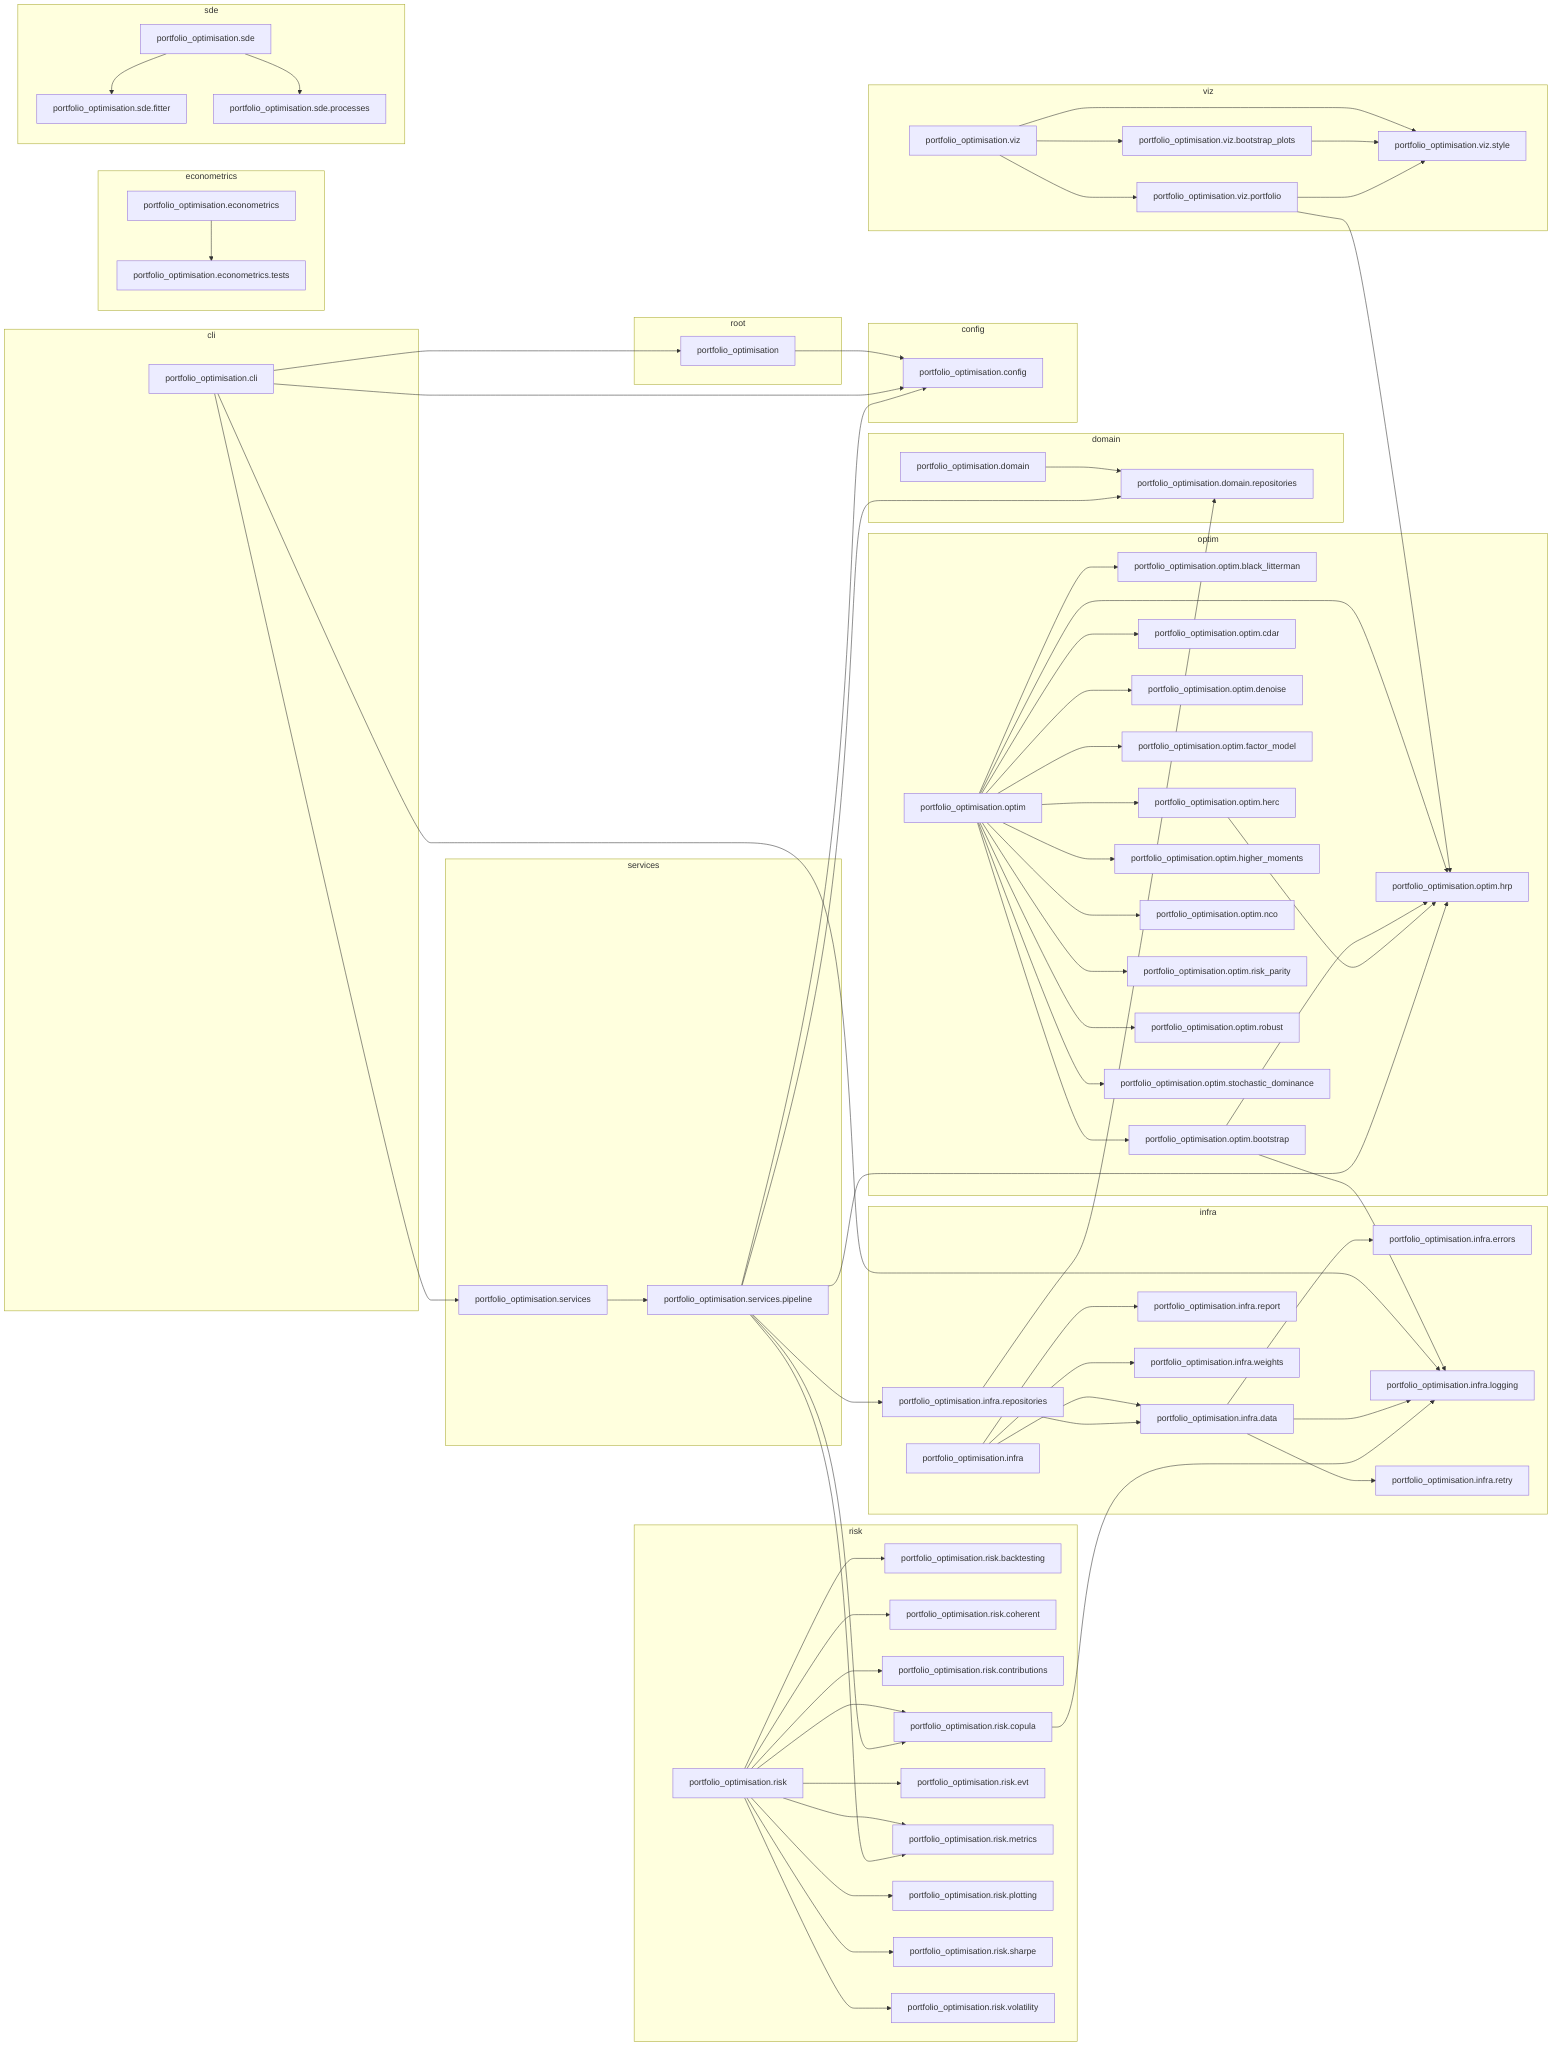
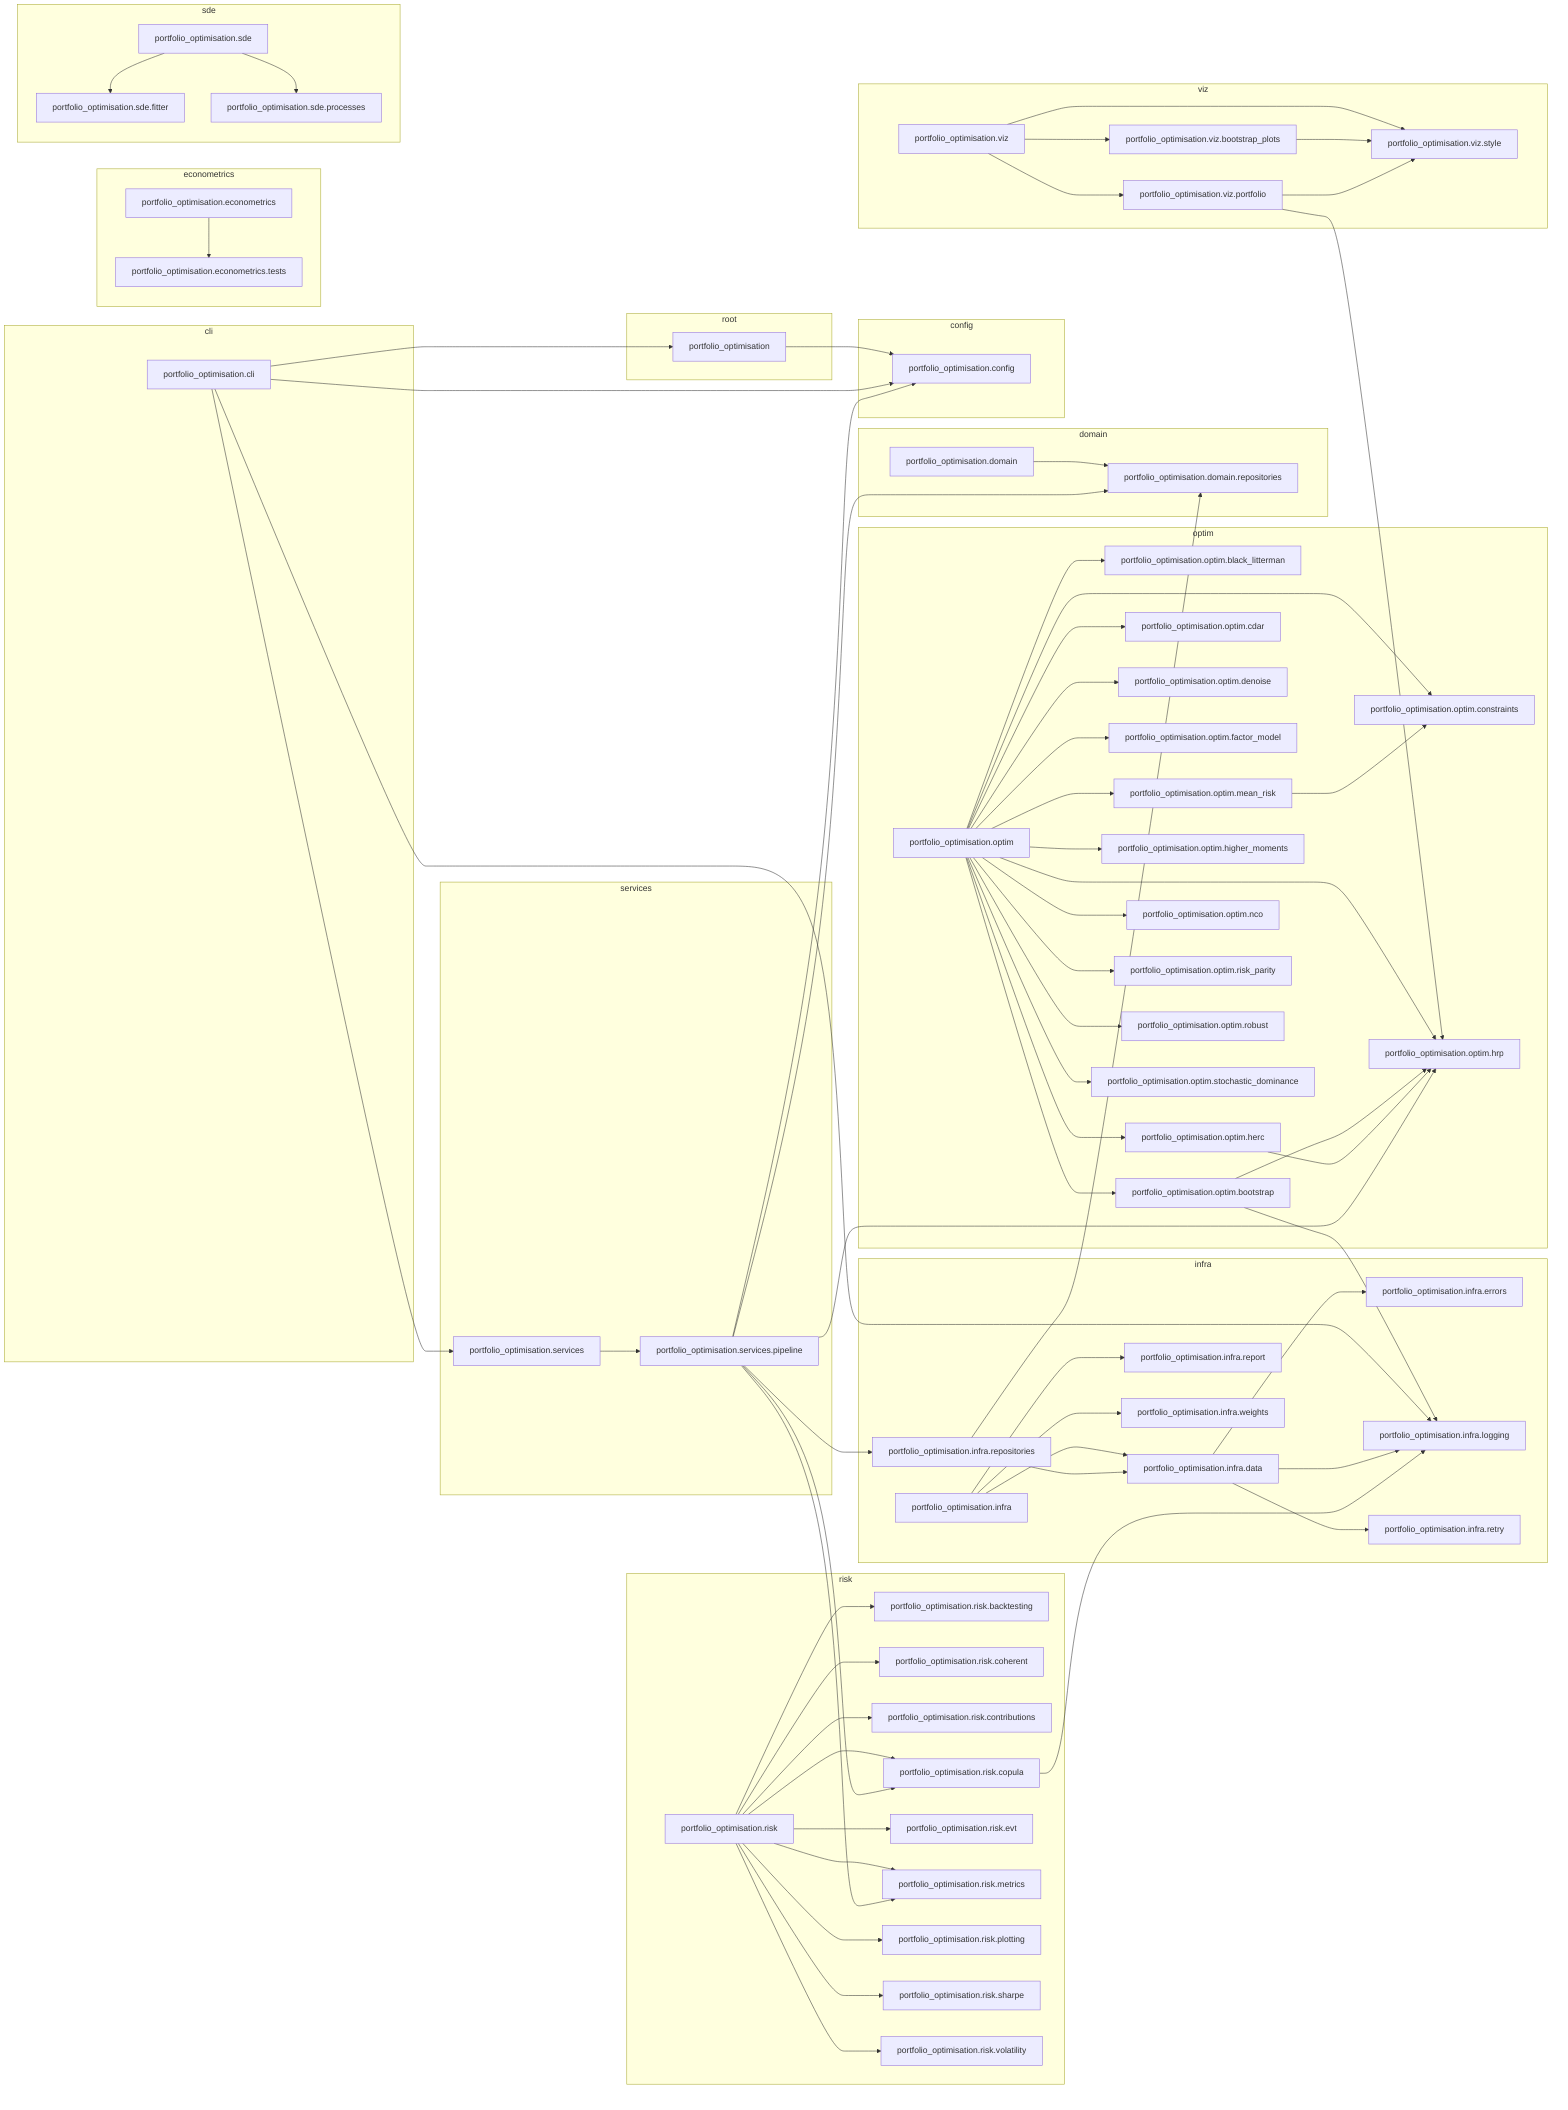
flowchart LR
    subgraph cli
        portfolio_optimisation_cli["portfolio_optimisation.cli"]
    end
    subgraph config
        portfolio_optimisation_config["portfolio_optimisation.config"]
    end
    subgraph domain
        portfolio_optimisation_domain["portfolio_optimisation.domain"]
        portfolio_optimisation_domain_repositories["portfolio_optimisation.domain.repositories"]
    end
    subgraph econometrics
        portfolio_optimisation_econometrics["portfolio_optimisation.econometrics"]
        portfolio_optimisation_econometrics_tests["portfolio_optimisation.econometrics.tests"]
    end
    subgraph infra
        portfolio_optimisation_infra["portfolio_optimisation.infra"]
        portfolio_optimisation_infra_data["portfolio_optimisation.infra.data"]
        portfolio_optimisation_infra_errors["portfolio_optimisation.infra.errors"]
        portfolio_optimisation_infra_logging["portfolio_optimisation.infra.logging"]
        portfolio_optimisation_infra_report["portfolio_optimisation.infra.report"]
        portfolio_optimisation_infra_repositories["portfolio_optimisation.infra.repositories"]
        portfolio_optimisation_infra_retry["portfolio_optimisation.infra.retry"]
        portfolio_optimisation_infra_weights["portfolio_optimisation.infra.weights"]
    end
    subgraph optim
        portfolio_optimisation_optim["portfolio_optimisation.optim"]
        portfolio_optimisation_optim_black_litterman["portfolio_optimisation.optim.black_litterman"]
        portfolio_optimisation_optim_bootstrap["portfolio_optimisation.optim.bootstrap"]
        portfolio_optimisation_optim_cdar["portfolio_optimisation.optim.cdar"]
+         portfolio_optimisation_optim_constraints["portfolio_optimisation.optim.constraints"]
        portfolio_optimisation_optim_denoise["portfolio_optimisation.optim.denoise"]
        portfolio_optimisation_optim_factor_model["portfolio_optimisation.optim.factor_model"]
        portfolio_optimisation_optim_herc["portfolio_optimisation.optim.herc"]
        portfolio_optimisation_optim_higher_moments["portfolio_optimisation.optim.higher_moments"]
        portfolio_optimisation_optim_hrp["portfolio_optimisation.optim.hrp"]
+         portfolio_optimisation_optim_mean_risk["portfolio_optimisation.optim.mean_risk"]
        portfolio_optimisation_optim_nco["portfolio_optimisation.optim.nco"]
        portfolio_optimisation_optim_risk_parity["portfolio_optimisation.optim.risk_parity"]
        portfolio_optimisation_optim_robust["portfolio_optimisation.optim.robust"]
        portfolio_optimisation_optim_stochastic_dominance["portfolio_optimisation.optim.stochastic_dominance"]
    end
    subgraph risk
        portfolio_optimisation_risk["portfolio_optimisation.risk"]
        portfolio_optimisation_risk_backtesting["portfolio_optimisation.risk.backtesting"]
        portfolio_optimisation_risk_coherent["portfolio_optimisation.risk.coherent"]
        portfolio_optimisation_risk_contributions["portfolio_optimisation.risk.contributions"]
        portfolio_optimisation_risk_copula["portfolio_optimisation.risk.copula"]
        portfolio_optimisation_risk_evt["portfolio_optimisation.risk.evt"]
        portfolio_optimisation_risk_metrics["portfolio_optimisation.risk.metrics"]
        portfolio_optimisation_risk_plotting["portfolio_optimisation.risk.plotting"]
        portfolio_optimisation_risk_sharpe["portfolio_optimisation.risk.sharpe"]
        portfolio_optimisation_risk_volatility["portfolio_optimisation.risk.volatility"]
    end
    subgraph root
        portfolio_optimisation["portfolio_optimisation"]
    end
    subgraph sde
        portfolio_optimisation_sde["portfolio_optimisation.sde"]
        portfolio_optimisation_sde_fitter["portfolio_optimisation.sde.fitter"]
        portfolio_optimisation_sde_processes["portfolio_optimisation.sde.processes"]
    end
    subgraph services
        portfolio_optimisation_services["portfolio_optimisation.services"]
        portfolio_optimisation_services_pipeline["portfolio_optimisation.services.pipeline"]
    end
    subgraph viz
        portfolio_optimisation_viz["portfolio_optimisation.viz"]
        portfolio_optimisation_viz_bootstrap_plots["portfolio_optimisation.viz.bootstrap_plots"]
        portfolio_optimisation_viz_portfolio["portfolio_optimisation.viz.portfolio"]
        portfolio_optimisation_viz_style["portfolio_optimisation.viz.style"]
    end
    portfolio_optimisation --> portfolio_optimisation_config
    portfolio_optimisation_cli --> portfolio_optimisation
    portfolio_optimisation_cli --> portfolio_optimisation_config
    portfolio_optimisation_cli --> portfolio_optimisation_infra_logging
    portfolio_optimisation_cli --> portfolio_optimisation_services
    portfolio_optimisation_domain --> portfolio_optimisation_domain_repositories
    portfolio_optimisation_econometrics --> portfolio_optimisation_econometrics_tests
    portfolio_optimisation_infra --> portfolio_optimisation_infra_data
    portfolio_optimisation_infra --> portfolio_optimisation_infra_report
    portfolio_optimisation_infra --> portfolio_optimisation_infra_weights
    portfolio_optimisation_infra_data --> portfolio_optimisation_infra_errors
    portfolio_optimisation_infra_data --> portfolio_optimisation_infra_logging
    portfolio_optimisation_infra_data --> portfolio_optimisation_infra_retry
    portfolio_optimisation_infra_repositories --> portfolio_optimisation_domain_repositories
    portfolio_optimisation_infra_repositories --> portfolio_optimisation_infra_data
    portfolio_optimisation_optim --> portfolio_optimisation_optim_black_litterman
    portfolio_optimisation_optim --> portfolio_optimisation_optim_bootstrap
    portfolio_optimisation_optim --> portfolio_optimisation_optim_cdar
+     portfolio_optimisation_optim --> portfolio_optimisation_optim_constraints
    portfolio_optimisation_optim --> portfolio_optimisation_optim_denoise
    portfolio_optimisation_optim --> portfolio_optimisation_optim_factor_model
    portfolio_optimisation_optim --> portfolio_optimisation_optim_herc
    portfolio_optimisation_optim --> portfolio_optimisation_optim_higher_moments
    portfolio_optimisation_optim --> portfolio_optimisation_optim_hrp
+     portfolio_optimisation_optim --> portfolio_optimisation_optim_mean_risk
    portfolio_optimisation_optim --> portfolio_optimisation_optim_nco
    portfolio_optimisation_optim --> portfolio_optimisation_optim_risk_parity
    portfolio_optimisation_optim --> portfolio_optimisation_optim_robust
    portfolio_optimisation_optim --> portfolio_optimisation_optim_stochastic_dominance
    portfolio_optimisation_optim_bootstrap --> portfolio_optimisation_infra_logging
    portfolio_optimisation_optim_bootstrap --> portfolio_optimisation_optim_hrp
    portfolio_optimisation_optim_herc --> portfolio_optimisation_optim_hrp
+     portfolio_optimisation_optim_mean_risk --> portfolio_optimisation_optim_constraints
    portfolio_optimisation_risk --> portfolio_optimisation_risk_backtesting
    portfolio_optimisation_risk --> portfolio_optimisation_risk_coherent
    portfolio_optimisation_risk --> portfolio_optimisation_risk_contributions
    portfolio_optimisation_risk --> portfolio_optimisation_risk_copula
    portfolio_optimisation_risk --> portfolio_optimisation_risk_evt
    portfolio_optimisation_risk --> portfolio_optimisation_risk_metrics
    portfolio_optimisation_risk --> portfolio_optimisation_risk_plotting
    portfolio_optimisation_risk --> portfolio_optimisation_risk_sharpe
    portfolio_optimisation_risk --> portfolio_optimisation_risk_volatility
    portfolio_optimisation_risk_copula --> portfolio_optimisation_infra_logging
    portfolio_optimisation_sde --> portfolio_optimisation_sde_fitter
    portfolio_optimisation_sde --> portfolio_optimisation_sde_processes
    portfolio_optimisation_services --> portfolio_optimisation_services_pipeline
    portfolio_optimisation_services_pipeline --> portfolio_optimisation_config
    portfolio_optimisation_services_pipeline --> portfolio_optimisation_domain_repositories
    portfolio_optimisation_services_pipeline --> portfolio_optimisation_infra_repositories
    portfolio_optimisation_services_pipeline --> portfolio_optimisation_optim_hrp
    portfolio_optimisation_services_pipeline --> portfolio_optimisation_risk_copula
    portfolio_optimisation_services_pipeline --> portfolio_optimisation_risk_metrics
    portfolio_optimisation_viz --> portfolio_optimisation_viz_bootstrap_plots
    portfolio_optimisation_viz --> portfolio_optimisation_viz_portfolio
    portfolio_optimisation_viz --> portfolio_optimisation_viz_style
    portfolio_optimisation_viz_bootstrap_plots --> portfolio_optimisation_viz_style
    portfolio_optimisation_viz_portfolio --> portfolio_optimisation_optim_hrp
    portfolio_optimisation_viz_portfolio --> portfolio_optimisation_viz_style
